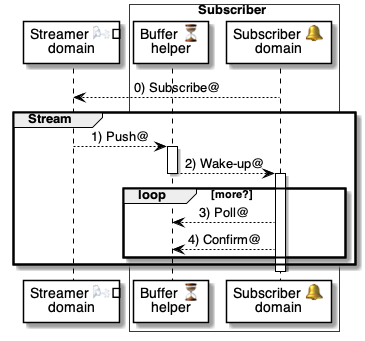
The PlantUML diagram 5 ⏩ Flows/78  🌬️⏩ Streamers/⚙️🌬️ Ingest.png in pollyweb-org/pollyweb-docs, before a commit. Its source is kept beside it as 5 ⏩ Flows/78  🌬️⏩ Streamers/⚙️🌬️ Ingest.puml.
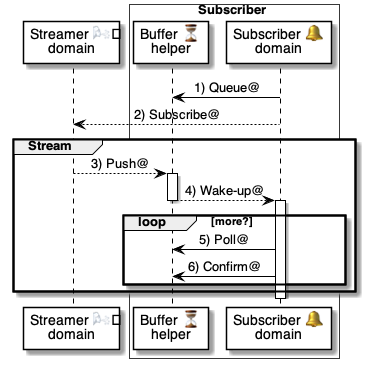
Above is the later version.

Diff of the diagram source:
```diff
@@ -7,21 +7,22 @@
     participant "Subscriber 🔔\ndomain" as domain
 end box
 
-    domain --> streamer: 0) Subscribe@
+    domain -> buffer: 1) Queue@
+    domain --> streamer: 2) Subscribe@
 
 group Stream
 
-        streamer --> buffer: 1) Push@
+        streamer --> buffer: 3) Push@
 
     activate buffer
-        buffer --> domain: 2) Wake-up@
+        buffer --> domain: 4) Wake-up@
     deactivate buffer
 
     activate domain
 
         loop more?
-            domain --> buffer: 3) Poll@
-            domain --> buffer: 4) Confirm@
+            domain -> buffer: 5) Poll@
+            domain -> buffer: 6) Confirm@
         end loop
 
 
```
